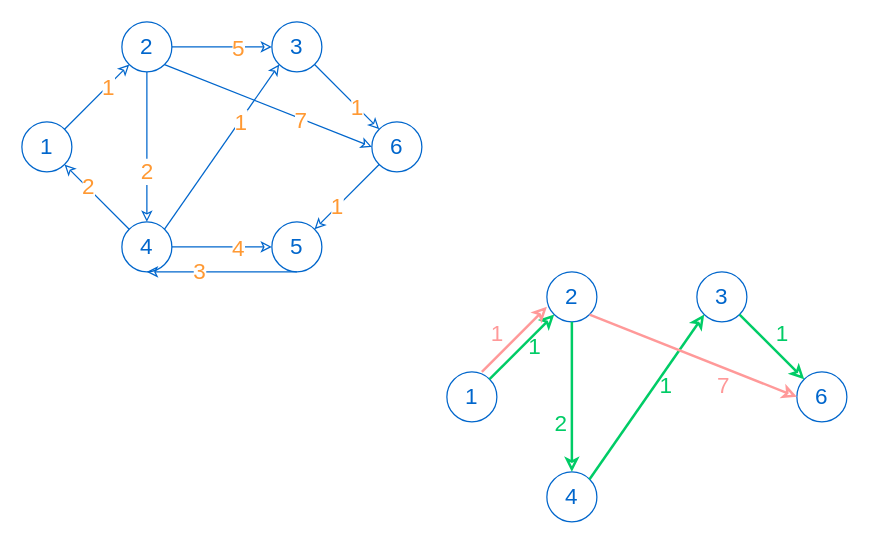
The draw.io diagram pictures/dijkstra.drawio in vtchitruong/vtchitruong.github.io, before the edit. Source tidied: cells renumbered, new cells numbered last; positions are measured from the earlier drawing's top-left corner, leaving out a move shared by most shapes. Both pictures are drawn from the tidied source at 125%, with x=0, y=0 at pixel (21, 21).
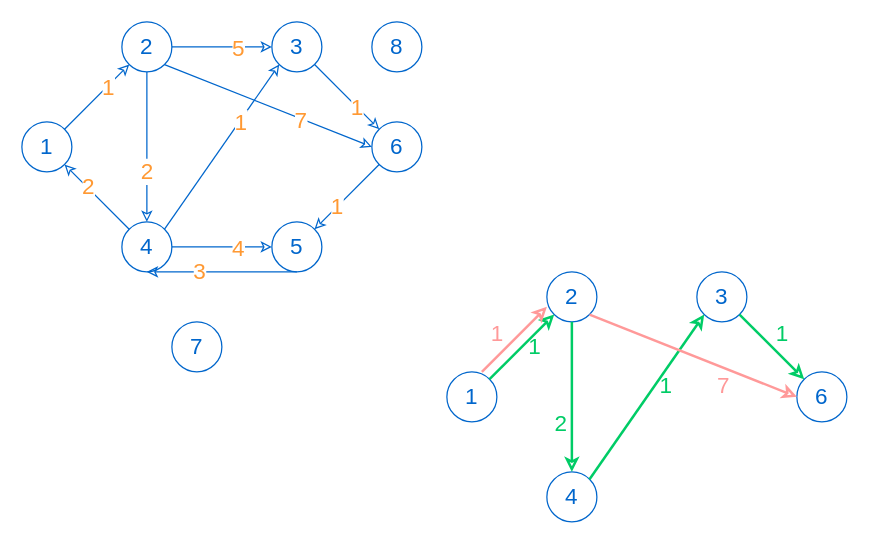
Above is the later version.

Change to the diagram source:
```diff
@@
+    <mxCell id="45" value="8" style="ellipse;whiteSpace=wrap;html=1;fillColor=none;fontSize=18;fontFamily=Segoe UI Variable Display;fontColor=#0066CC;strokeColor=#0066CC;" parent="1" vertex="1">
+      <mxGeometry x="280" width="40" height="40" as="geometry" />
+    </mxCell>
+    <mxCell id="46" value="7" style="ellipse;whiteSpace=wrap;html=1;fillColor=none;fontSize=18;fontFamily=Segoe UI Variable Display;fontColor=#0066CC;strokeColor=#0066CC;" parent="1" vertex="1">
+      <mxGeometry x="120" y="240" width="40" height="40" as="geometry" />
+    </mxCell>
```
